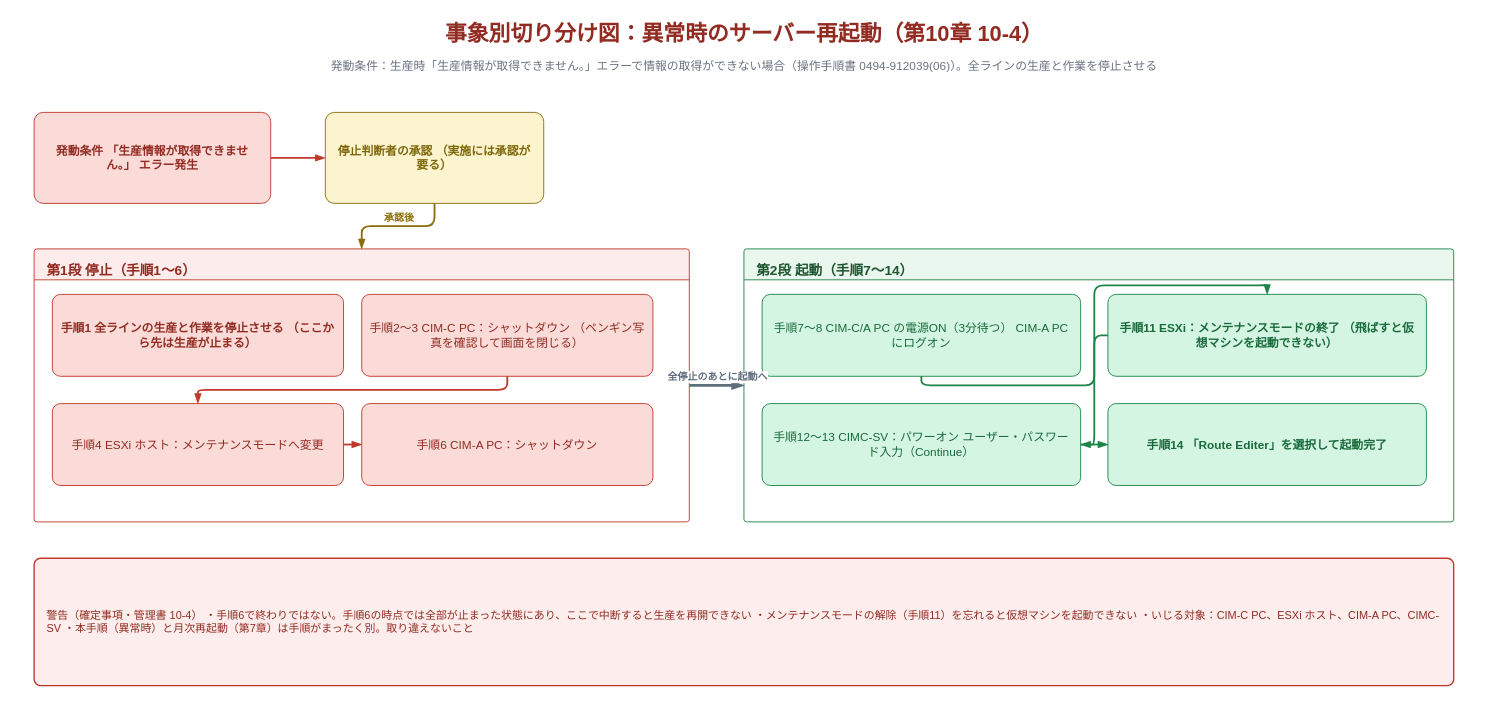
Above: page "事象別_異常時再起動" (4 of 4) of workvault-sync/10_業務全般/PanaCIM_LNB/01_成果物/PanaCIM_LNB_確実構成図.drawio in nk-shino/work_vault (draw.io), before the change. Source tidied: cells renumbered, new cells numbered last; positions are measured from the earlier drawing's top-left corner, leaving out a move shared by most shapes. Both pictures are drawn from the tidied source at 91%, with x=0, y=0 at pixel (15, 15).
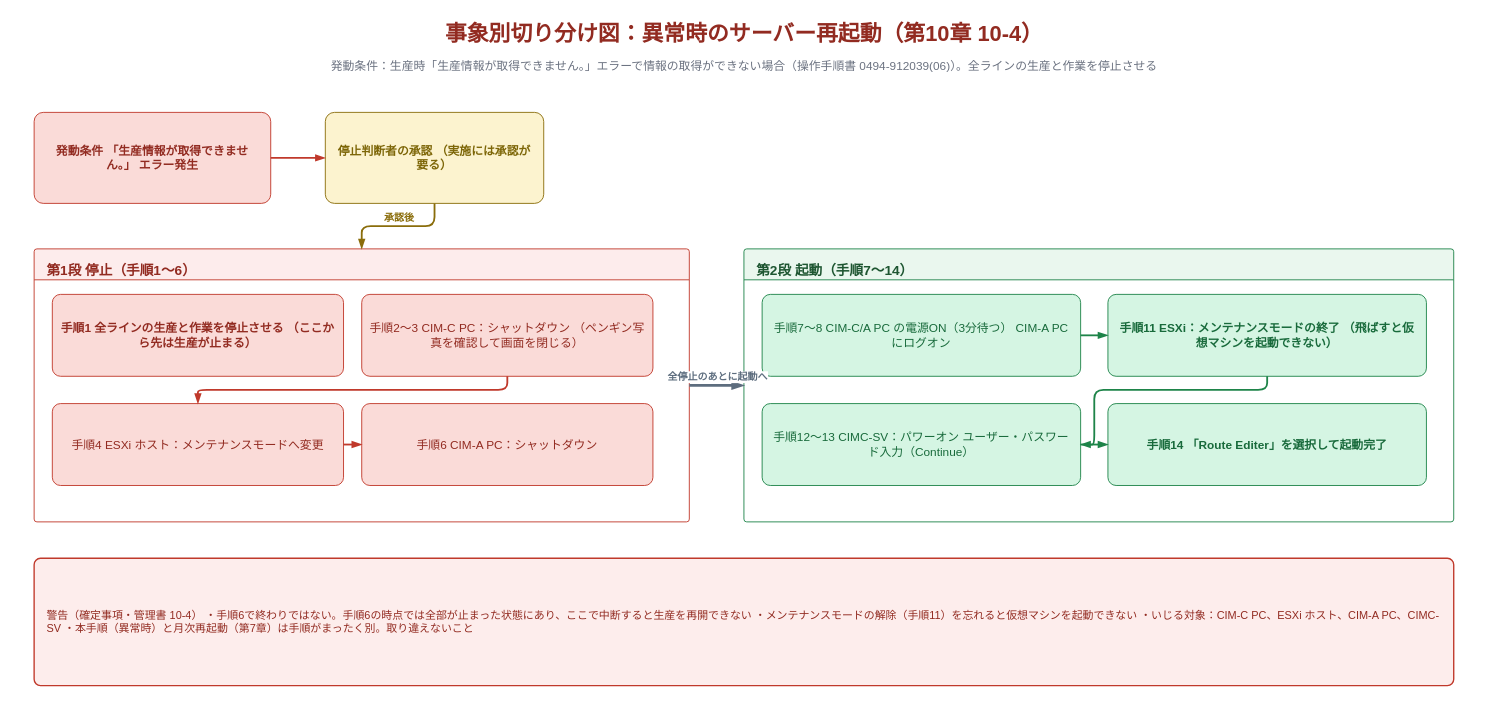
After the change.

Unchanged cells that the change refers to:
```xml
<mxCell id="12" value="手順7〜8 CIM-C/A PC の電源ON（3分待つ） CIM-A PC にログオン" style="rounded=1;whiteSpace=wrap;html=1;fontFamily=Meiryo;fillColor=#D5F5E3;strokeColor=#1E8449;fontColor=#186A3B;fontSize=13;arcSize=10;verticalAlign=middle;spacingLeft=8;spacingRight=8;spacingTop=4;spacingBottom=4;" parent="11" vertex="1">
  <mxGeometry x="20" y="50" width="350" height="90" as="geometry" />
</mxCell>
<mxCell id="13" value="手順11 ESXi：メンテナンスモードの終了 （飛ばすと仮想マシンを起動できない）" style="rounded=1;whiteSpace=wrap;html=1;fontFamily=Meiryo;fillColor=#D5F5E3;strokeColor=#1E8449;fontColor=#186A3B;fontSize=13;fontStyle=1;arcSize=10;verticalAlign=middle;spacingLeft=8;spacingRight=8;spacingTop=4;spacingBottom=4;" parent="11" vertex="1">
  <mxGeometry x="400" y="50" width="350" height="90" as="geometry" />
</mxCell>
<mxCell id="14" value="手順12〜13 CIMC-SV：パワーオン ユーザー・パスワード入力（Continue）" style="rounded=1;whiteSpace=wrap;html=1;fontFamily=Meiryo;fillColor=#D5F5E3;strokeColor=#1E8449;fontColor=#186A3B;fontSize=13;arcSize=10;verticalAlign=middle;spacingLeft=8;spacingRight=8;spacingTop=4;spacingBottom=4;" parent="11" vertex="1">
  <mxGeometry x="20" y="170" width="350" height="90" as="geometry" />
</mxCell>
```

Diff of the diagram source:
```diff
@@
-    <mxCell id="23" style="edgeStyle=orthogonalEdgeStyle;rounded=1;html=1;fontFamily=Meiryo;strokeColor=#1E8449;strokeWidth=2;endArrow=blockThin;endFill=1;fontSize=11;labelBackgroundColor=#FFFFFF;exitX=0.5;exitY=1;entryX=0.5;entryY=0;exitDx=0;exitDy=0;entryDx=0;entryDy=0;" parent="1" edge="1" source="12" target="13">
+    <mxCell id="23" style="edgeStyle=orthogonalEdgeStyle;rounded=1;html=1;fontFamily=Meiryo;strokeColor=#1E8449;strokeWidth=2;endArrow=blockThin;endFill=1;fontSize=11;labelBackgroundColor=#FFFFFF;exitX=1;exitY=0.5;entryX=0;entryY=0.5;exitDx=0;exitDy=0;entryDx=0;entryDy=0;" parent="1" edge="1" source="12" target="13">
       <mxGeometry relative="1" as="geometry" />
     </mxCell>
-    <mxCell id="24" style="edgeStyle=orthogonalEdgeStyle;rounded=1;html=1;fontFamily=Meiryo;strokeColor=#1E8449;strokeWidth=2;endArrow=blockThin;endFill=1;fontSize=11;labelBackgroundColor=#FFFFFF;exitX=0;exitY=0.5;entryX=1;entryY=0.5;exitDx=0;exitDy=0;entryDx=0;entryDy=0;" parent="1" edge="1" source="13" target="14">
-      <mxGeometry relative="1" as="geometry" />
+    <mxCell id="24" style="edgeStyle=orthogonalEdgeStyle;rounded=1;html=1;fontFamily=Meiryo;strokeColor=#1E8449;strokeWidth=2;endArrow=blockThin;endFill=1;fontSize=11;labelBackgroundColor=#FFFFFF;exitX=0.5;exitY=1;entryX=1;entryY=0.5;exitDx=0;exitDy=0;entryDx=0;entryDy=0;" parent="1" edge="1" source="13" target="14">
+      <mxGeometry relative="1" as="geometry">
+        <Array as="points">
+          <mxPoint x="1375" y="411" />
+          <mxPoint x="1185" y="411" />
+        </Array>
+      </mxGeometry>
     </mxCell>
```
